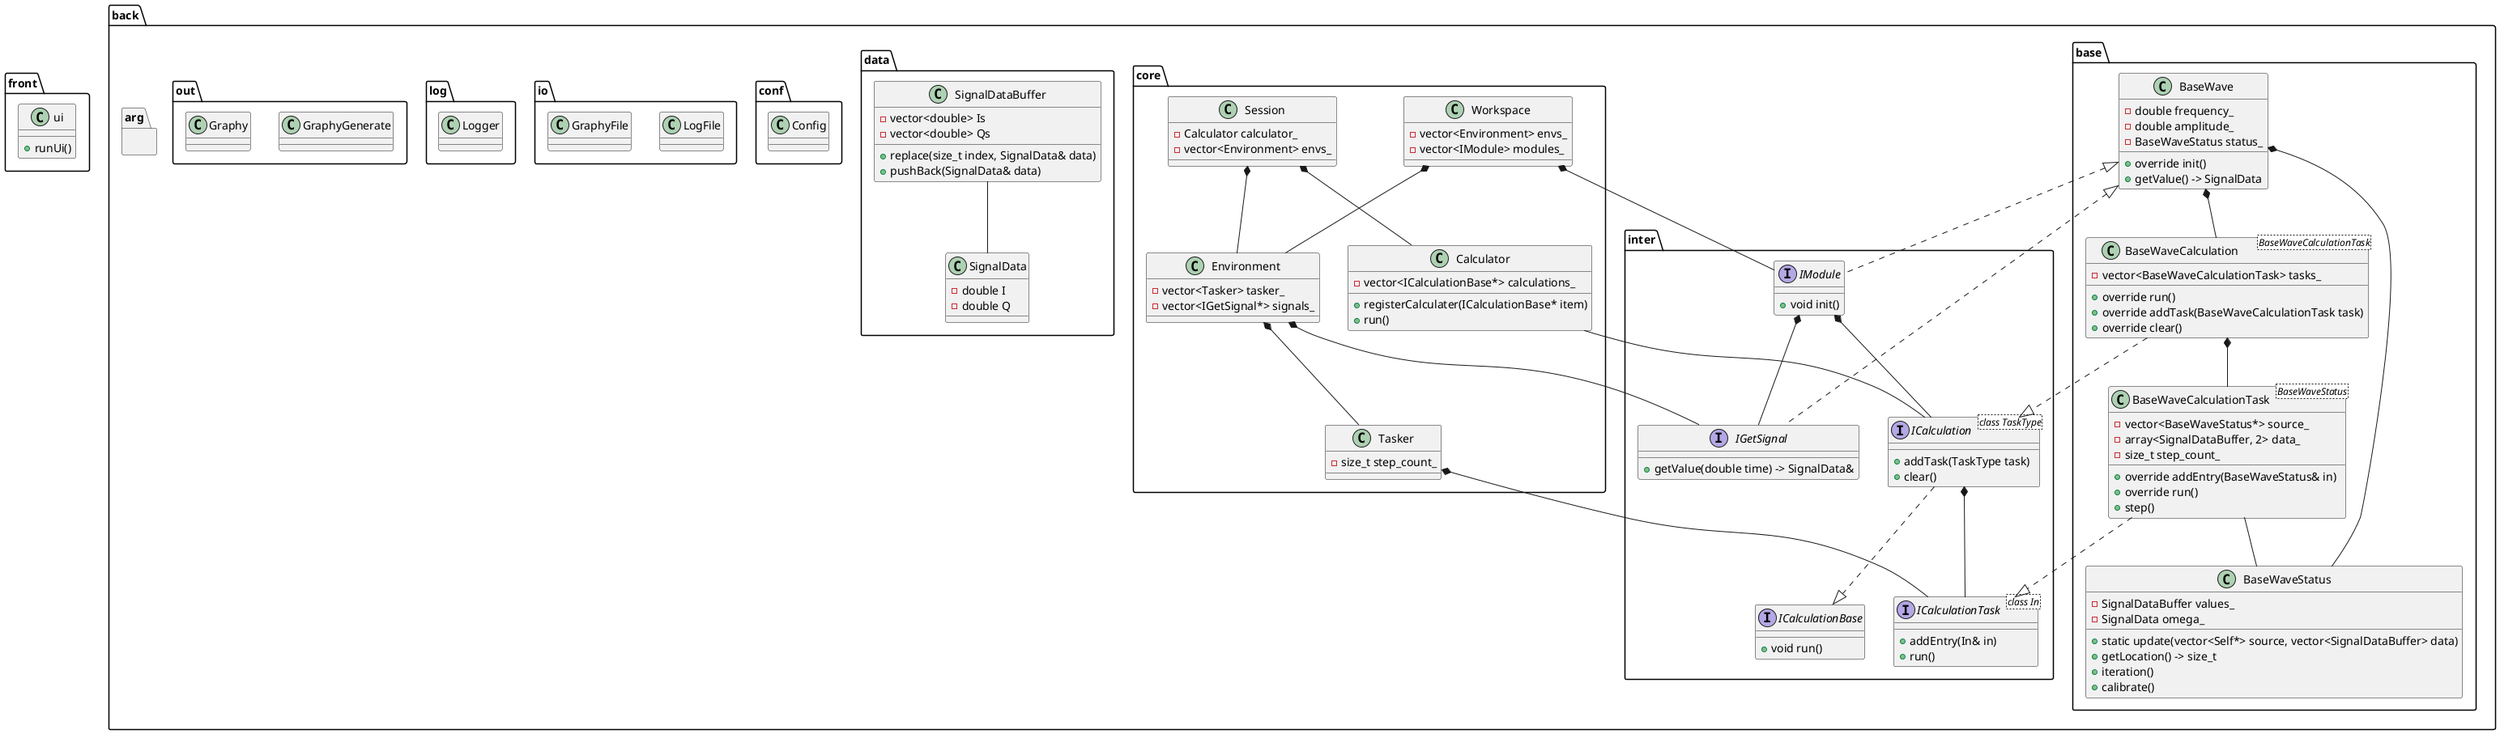
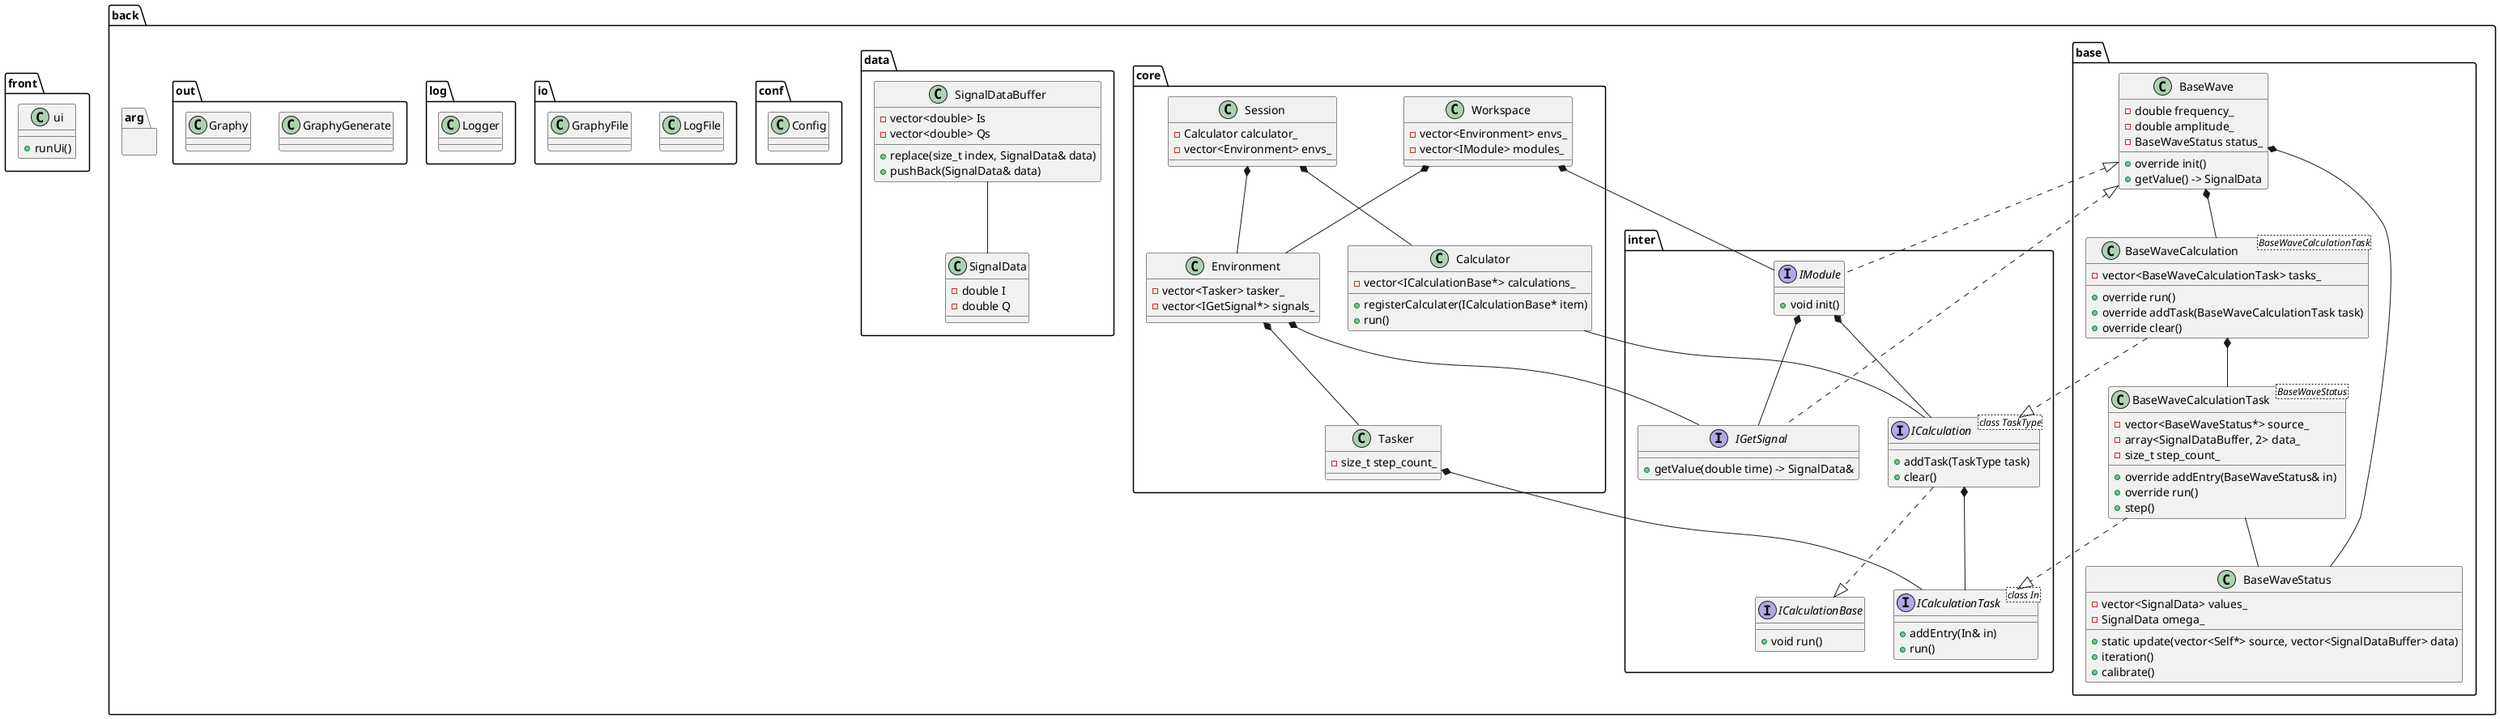
@startuml mainframe

package front {
    class ui {
        + runUi()
    }
}

package back {
    package inter {
        interface IModule {
            + void init()
        }

        interface IGetSignal {
            + getValue(double time) -> SignalData&
        }
        IModule *-- IGetSignal

        interface ICalculationBase {
            + void run()
        }

        interface ICalculation<class TaskType> {
            + addTask(TaskType task)
            + clear()
        }
        ICalculation ..|> ICalculationBase
        IModule *-- ICalculation

        interface ICalculationTask<class In> {
            + addEntry(In& in)
            + run()
        }
        ICalculation *-- ICalculationTask
    }

    package base {
        class BaseWave {
            - double frequency_
            - double amplitude_
            - BaseWaveStatus status_
            + override init()
            + getValue() -> SignalData
        }
        BaseWave <|.. IModule
        BaseWave <|.. IGetSignal

        class BaseWaveStatus {
-             - SignalDataBuffer values_
+             - vector<SignalData> values_
            - SignalData omega_
            + static update(vector<Self*> source, vector<SignalDataBuffer> data)
-             + getLocation() -> size_t
            + iteration()
            + calibrate()
        }
        BaseWave *-- BaseWaveStatus

        class BaseWaveCalculation<BaseWaveCalculationTask> {
            - vector<BaseWaveCalculationTask> tasks_
            + override run()
            + override addTask(BaseWaveCalculationTask task)
            + override clear()
        }
        BaseWave *-- BaseWaveCalculation
        BaseWaveCalculation ..|> ICalculation

        class BaseWaveCalculationTask<BaseWaveStatus> {
            - vector<BaseWaveStatus*> source_
            - array<SignalDataBuffer, 2> data_
            - size_t step_count_
            + override addEntry(BaseWaveStatus& in)
            + override run()
            + step()
        }
        BaseWaveCalculationTask ..|> ICalculationTask
        BaseWaveCalculation *-- BaseWaveCalculationTask
        BaseWaveCalculationTask -- BaseWaveStatus
    }

    package core {
        class Calculator {
            - vector<ICalculationBase*> calculations_
            + registerCalculater(ICalculationBase* item)
            + run()
        }
        Calculator -- ICalculation

        class Tasker {
            - size_t step_count_
        }
        Tasker *-- ICalculationTask

        class Environment {
            - vector<Tasker> tasker_
            - vector<IGetSignal*> signals_
        }
        Environment *-- Tasker
        Environment *-- IGetSignal

        class Workspace {
            - vector<Environment> envs_
            - vector<IModule> modules_
        }
        Workspace *-- Environment
        Workspace *-- IModule

        class Session {
            - Calculator calculator_
            - vector<Environment> envs_
        }
        Session *-- Environment
        Session *-- Calculator
    }

    package data {
        class SignalData {
            - double I
            - double Q
        }

        class SignalDataBuffer {
            - vector<double> Is
            - vector<double> Qs
            + replace(size_t index, SignalData& data)
            + pushBack(SignalData& data)
        }
        SignalDataBuffer -- SignalData
    }

    package conf {
        class Config {}
    }

    package io {
        class LogFile
        class GraphyFile
    }
    package log {
        class Logger
    }
    package out {
        class GraphyGenerate
        class Graphy
    }
    package arg {}
}

@enduml